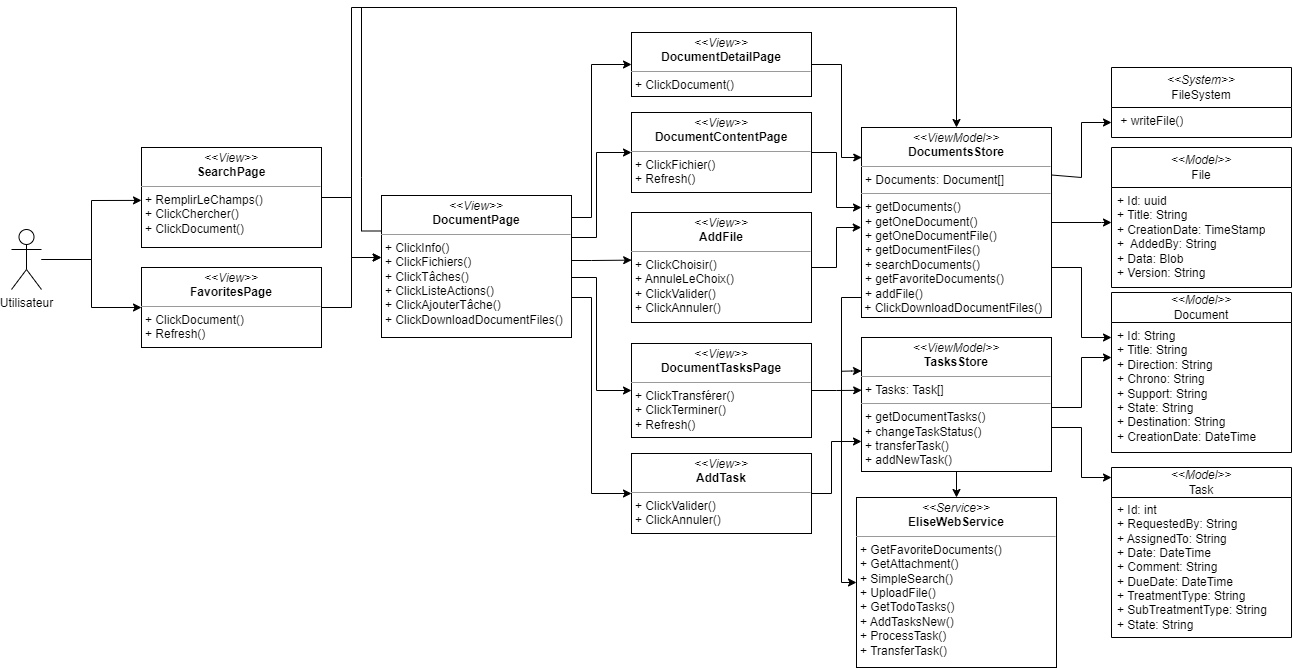
The draw.io diagram images_pfe/dcc_spint3.png in PFE-Neoledge-2023/rapport, before a commit. Source tidied: cells renumbered, new cells last; positions are measured from the earlier drawing's top-left corner, leaving out a move shared by most shapes.
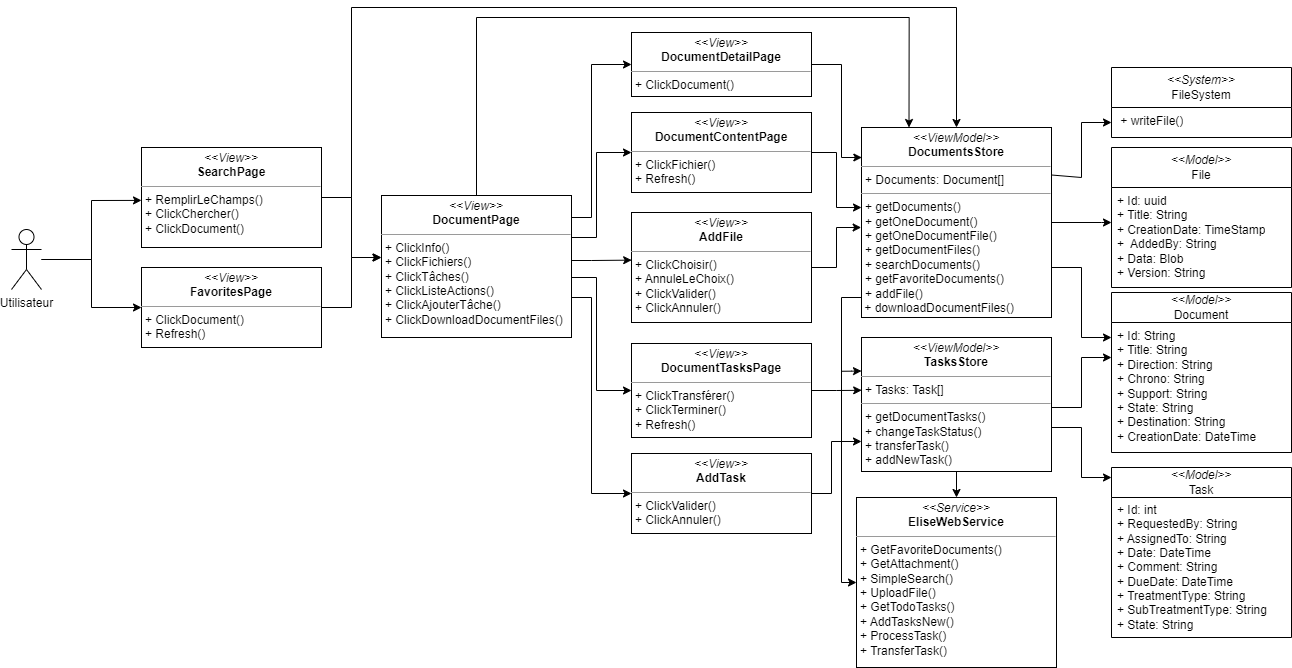
The same diagram one commit later.

Diff of the diagram source:
```diff
@@ -83,15 +83,14 @@
         </Array>
       </mxGeometry>
     </mxCell>
-    <mxCell id="15" style="edgeStyle=orthogonalEdgeStyle;html=1;exitX=0;exitY=0.25;exitDx=0;exitDy=0;startArrow=none;startFill=0;endArrow=none;endFill=0;rounded=0;" parent="1" edge="1" source="16">
-      <mxGeometry relative="1" as="geometry">
-        <mxPoint x="350" as="targetPoint" />
-        <Array as="points">
-          <mxPoint x="350" y="224" />
-          <mxPoint x="350" y="170" />
-        </Array>
-      </mxGeometry>
-    </mxCell>
+    <mxCell id="46" style="edgeStyle=orthogonalEdgeStyle;html=1;exitX=0.5;exitY=0;exitDx=0;exitDy=0;entryX=0.25;entryY=0;entryDx=0;entryDy=0;rounded=0;" parent="1" edge="1" source="16" target="31">
+      <mxGeometry relative="1" as="geometry">
+        <Array as="points">
+          <mxPoint x="465" y="10" />
+          <mxPoint x="897" y="10" />
+        </Array>
+      </mxGeometry>
+    </mxCell>
     <mxCell id="16" value="&lt;p style=&quot;margin:0px;margin-top:4px;text-align:center;&quot;&gt;&lt;i&gt;&amp;lt;&amp;lt;View&amp;gt;&amp;gt;&lt;/i&gt;&lt;br&gt;&lt;b&gt;DocumentPage&lt;/b&gt;&lt;br&gt;&lt;/p&gt;&lt;hr style=&quot;border-color: var(--border-color);&quot; size=&quot;1&quot;&gt;&lt;p style=&quot;border-color: var(--border-color); margin: 0px 0px 0px 4px;&quot;&gt;+ ClickInfo()&lt;/p&gt;&lt;p style=&quot;border-color: var(--border-color); margin: 0px 0px 0px 4px;&quot;&gt;+ ClickFichiers()&lt;/p&gt;&lt;p style=&quot;border-color: var(--border-color); margin: 0px 0px 0px 4px;&quot;&gt;+ ClickTâches()&lt;/p&gt;&lt;p style=&quot;border-color: var(--border-color); margin: 0px 0px 0px 4px;&quot;&gt;+ ClickListeActions()&lt;/p&gt;&lt;p style=&quot;border-color: var(--border-color); margin: 0px 0px 0px 4px;&quot;&gt;+ ClickAjouterTâche()&lt;/p&gt;&lt;p style=&quot;border-color: var(--border-color); margin: 0px 0px 0px 4px;&quot;&gt;+ ClickDownloadDocumentFiles()&lt;/p&gt;" style="verticalAlign=top;align=left;overflow=fill;fontSize=12;fontFamily=Helvetica;html=1;whiteSpace=wrap;" parent="1" vertex="1">
       <mxGeometry x="370" y="188" width="190" height="142" as="geometry" />
     </mxCell>
@@ -182,7 +181,7 @@
         </Array>
       </mxGeometry>
     </mxCell>
-    <mxCell id="31" value="&lt;p style=&quot;margin:0px;margin-top:4px;text-align:center;&quot;&gt;&lt;i&gt;&amp;lt;&amp;lt;ViewModel&amp;gt;&amp;gt;&lt;/i&gt;&lt;br&gt;&lt;b&gt;DocumentsStore&lt;/b&gt;&lt;br&gt;&lt;/p&gt;&lt;hr size=&quot;1&quot;&gt;&lt;p style=&quot;margin:0px;margin-left:4px;&quot;&gt;+ Documents: Document[]&lt;br&gt;&lt;/p&gt;&lt;hr size=&quot;1&quot;&gt;&lt;p style=&quot;margin:0px;margin-left:4px;&quot;&gt;+ getDocuments()&lt;/p&gt;&lt;p style=&quot;margin:0px;margin-left:4px;&quot;&gt;+ getOneDocument()&lt;/p&gt;&lt;p style=&quot;margin:0px;margin-left:4px;&quot;&gt;+ getOneDocumentFile()&lt;/p&gt;&lt;p style=&quot;margin:0px;margin-left:4px;&quot;&gt;+ getDocumentFiles()&lt;/p&gt;&lt;p style=&quot;margin:0px;margin-left:4px;&quot;&gt;+ searchDocuments()&lt;/p&gt;&lt;p style=&quot;margin:0px;margin-left:4px;&quot;&gt;+ getFavoriteDocuments()&lt;/p&gt;&lt;p style=&quot;margin:0px;margin-left:4px;&quot;&gt;+ addFile()&lt;/p&gt;&lt;p style=&quot;margin:0px;margin-left:4px;&quot;&gt;&lt;/p&gt;&amp;nbsp;+ ClickDownloadDocumentFiles()" style="verticalAlign=top;align=left;overflow=fill;fontSize=12;fontFamily=Helvetica;html=1;whiteSpace=wrap;" parent="1" vertex="1">
+    <mxCell id="31" value="&lt;p style=&quot;margin:0px;margin-top:4px;text-align:center;&quot;&gt;&lt;i&gt;&amp;lt;&amp;lt;ViewModel&amp;gt;&amp;gt;&lt;/i&gt;&lt;br&gt;&lt;b&gt;DocumentsStore&lt;/b&gt;&lt;br&gt;&lt;/p&gt;&lt;hr size=&quot;1&quot;&gt;&lt;p style=&quot;margin:0px;margin-left:4px;&quot;&gt;+ Documents: Document[]&lt;br&gt;&lt;/p&gt;&lt;hr size=&quot;1&quot;&gt;&lt;p style=&quot;margin:0px;margin-left:4px;&quot;&gt;+ getDocuments()&lt;/p&gt;&lt;p style=&quot;margin:0px;margin-left:4px;&quot;&gt;+ getOneDocument()&lt;/p&gt;&lt;p style=&quot;margin:0px;margin-left:4px;&quot;&gt;+ getOneDocumentFile()&lt;/p&gt;&lt;p style=&quot;margin:0px;margin-left:4px;&quot;&gt;+ getDocumentFiles()&lt;/p&gt;&lt;p style=&quot;margin:0px;margin-left:4px;&quot;&gt;+ searchDocuments()&lt;/p&gt;&lt;p style=&quot;margin:0px;margin-left:4px;&quot;&gt;+ getFavoriteDocuments()&lt;/p&gt;&lt;p style=&quot;margin:0px;margin-left:4px;&quot;&gt;+ addFile()&lt;/p&gt;&lt;p style=&quot;margin:0px;margin-left:4px;&quot;&gt;&lt;/p&gt;&amp;nbsp;+ downloadDocumentFiles()" style="verticalAlign=top;align=left;overflow=fill;fontSize=12;fontFamily=Helvetica;html=1;whiteSpace=wrap;" parent="1" vertex="1">
       <mxGeometry x="850" y="120" width="190" height="190" as="geometry" />
     </mxCell>
     <mxCell id="32" style="edgeStyle=orthogonalEdgeStyle;rounded=0;jettySize=auto;html=1;" parent="1" edge="1" source="36" target="39">
```
